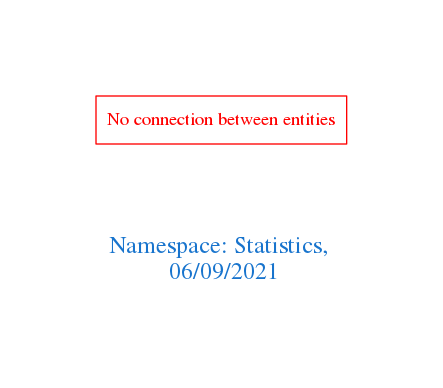
Before: downloads/Statistics.png, a diagram exported from Graphviz (arago/OGIT). Its source is kept beside it as downloads/Statistics.dot.
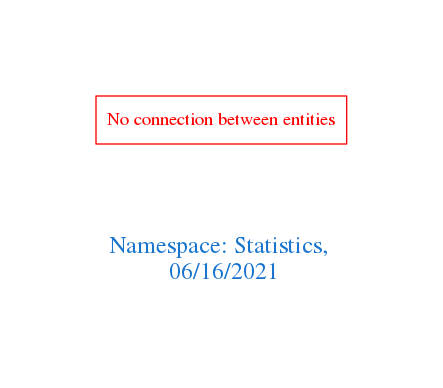
Later version of the same file.

Change to the diagram source:
```diff
@@ -1,7 +1,7 @@
 digraph OGIT_ontology {
  graph [ rankdir= LR,pad=1
 fontsize = 18,
-fontcolor= dodgerblue3,label = "\n\n\nNamespace: Statistics, \n 06/09/2021"];
+fontcolor= dodgerblue3,label = "\n\n\nNamespace: Statistics, \n 06/16/2021"];
 node[shape=polygon];
 edge [  color="gray81"];
 
```
